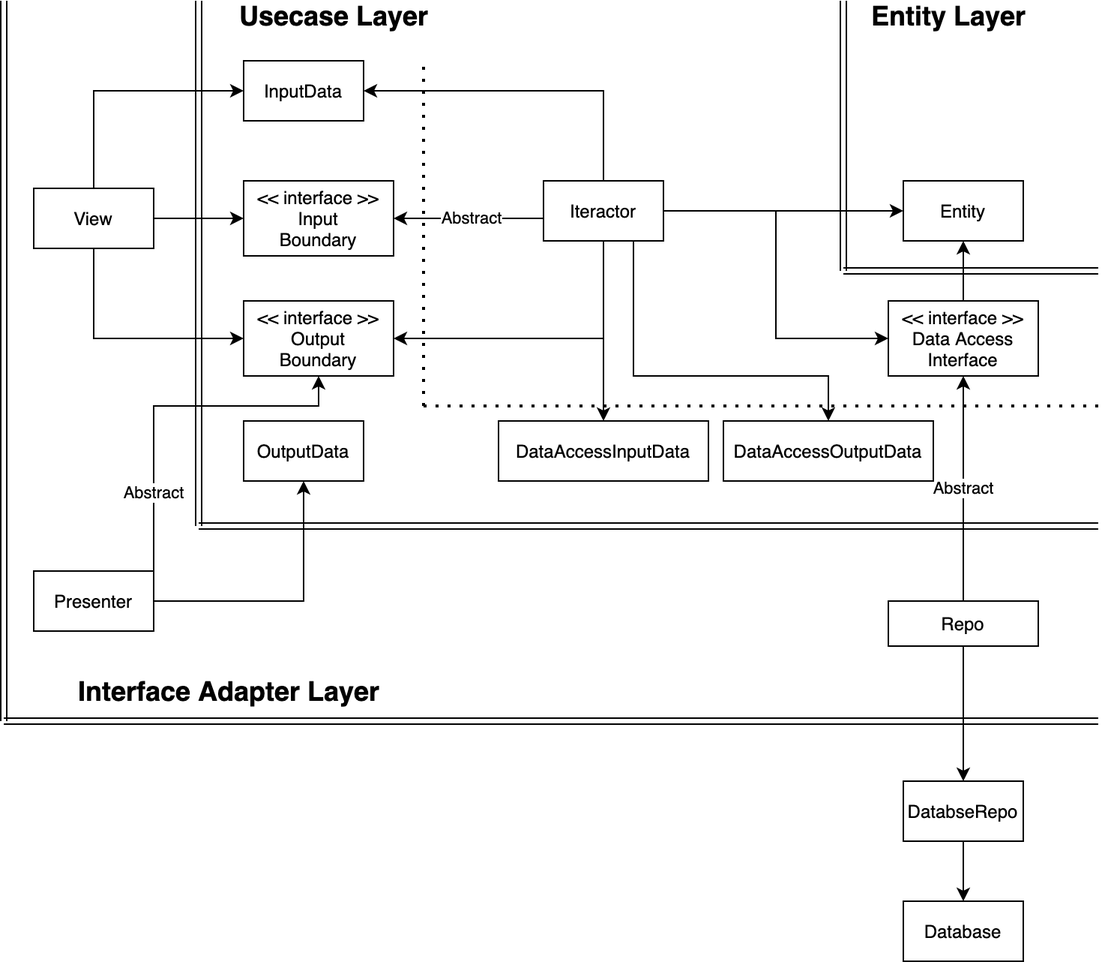
Above: project_diagram.png in Joje1283/django-clean-architecture (draw.io), before the change. Source tidied: cells renumbered, new cells last; positions are measured from the earlier drawing's top-left corner, leaving out a move shared by most shapes.
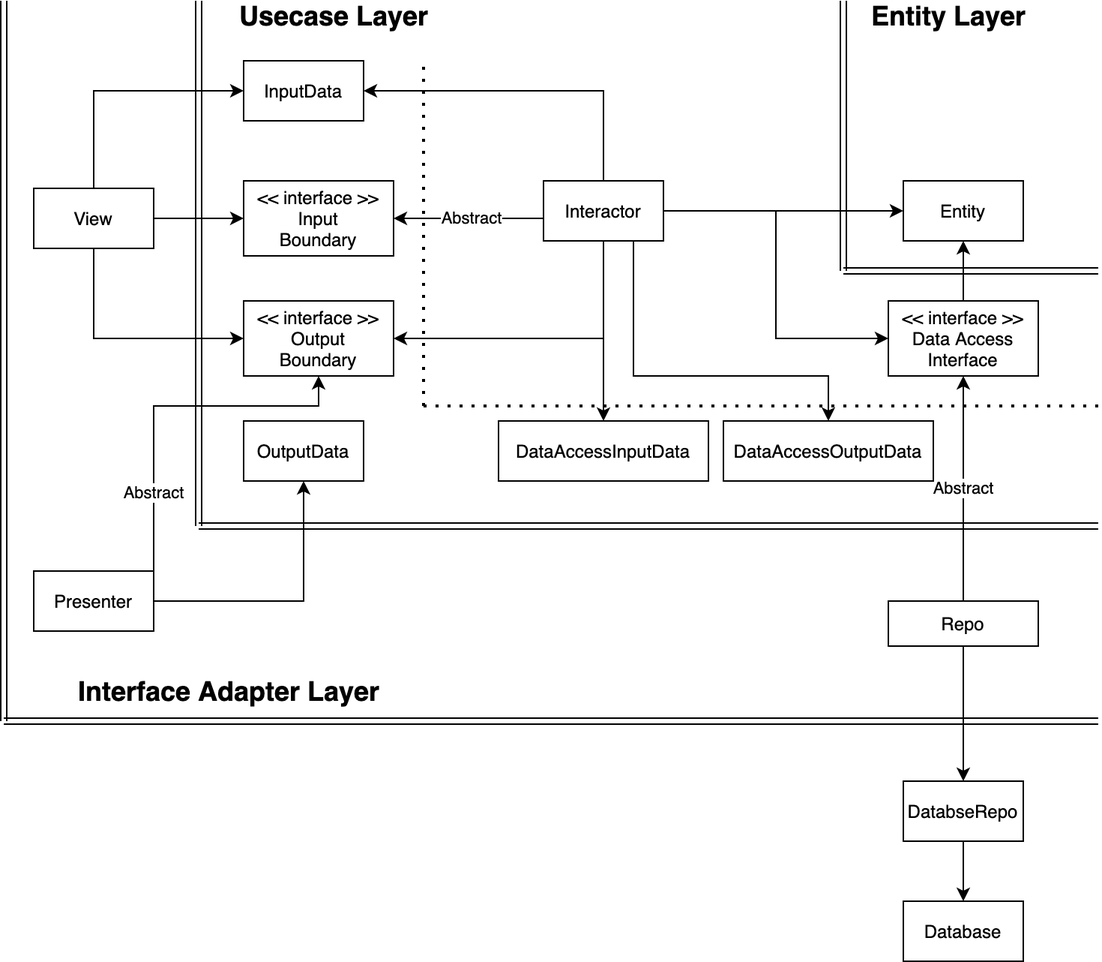
After the commit.

Change to the diagram source:
```diff
@@ -75,7 +75,7 @@
     <mxCell id="19" style="edgeStyle=orthogonalEdgeStyle;rounded=0;jettySize=auto;html=1;exitX=1;exitY=0.5;exitDx=0;exitDy=0;entryX=0;entryY=0.5;entryDx=0;entryDy=0;" parent="1" edge="1" source="20" target="23">
       <mxGeometry relative="1" as="geometry" />
     </mxCell>
-    <mxCell id="20" value="Iteractor" style="rounded=0;whiteSpace=wrap;html=1;" parent="1" vertex="1">
+    <mxCell id="20" value="Interactor" style="rounded=0;whiteSpace=wrap;html=1;" parent="1" vertex="1">
       <mxGeometry x="360" y="120" width="80" height="40" as="geometry" />
     </mxCell>
     <mxCell id="21" value="Entity" style="rounded=0;whiteSpace=wrap;html=1;" parent="1" vertex="1">
```
